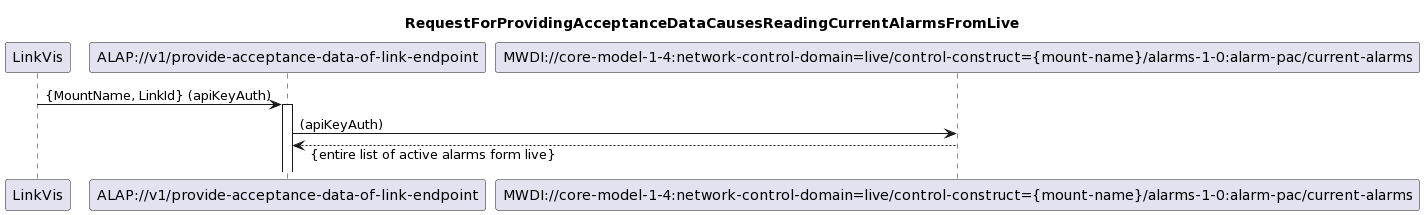
Above: spec/diagrams/ProvideAcceptanceDataOfLinkEndpoint/120_ReadingCurrentAlarmsFromLive.png in openBackhaul/AccessPlanningToolProxy (PlantUML), before the change.
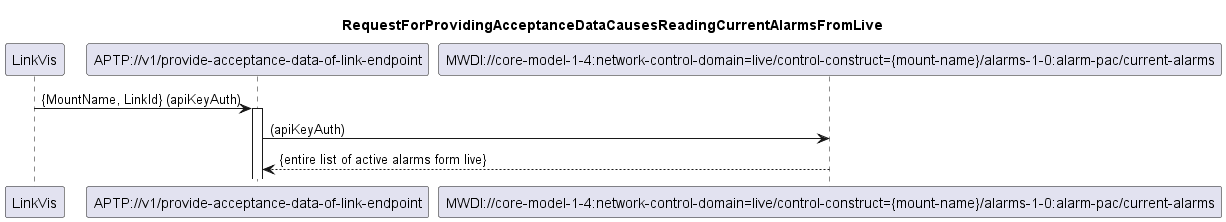
Above is the later version.

The edit, as a diff of the source:
```diff
@@ -1,4 +1,4 @@
-@startuml
+@startuml 120_ReadingCurrentAlarmsFromLive
 skinparam responseMessageBelowArrow true
 
 title
@@ -6,12 +6,13 @@
 end title
 
 participant "LinkVis" as LinkVis
-participant "ALAP://v1/provide-acceptance-data-of-link-endpoint" as ALAP
+participant "APTP://v1/provide-acceptance-data-of-link-endpoint" as APTP
 participant "MWDI://core-model-1-4:network-control-domain=live/control-construct={mount-name}/alarms-1-0:alarm-pac/current-alarms" as CurrentAlarms
 
-LinkVis -> ALAP: {MountName, LinkId} (apiKeyAuth)
-activate ALAP
+LinkVis -> APTP: {MountName, LinkId} (apiKeyAuth)
+activate APTP
 
-ALAP -> CurrentAlarms: (apiKeyAuth)
-CurrentAlarms --> ALAP: {entire list of active alarms form live}
+APTP -> CurrentAlarms: (apiKeyAuth)
+CurrentAlarms --> APTP: {entire list of active alarms form live}
+
 @enduml
```
